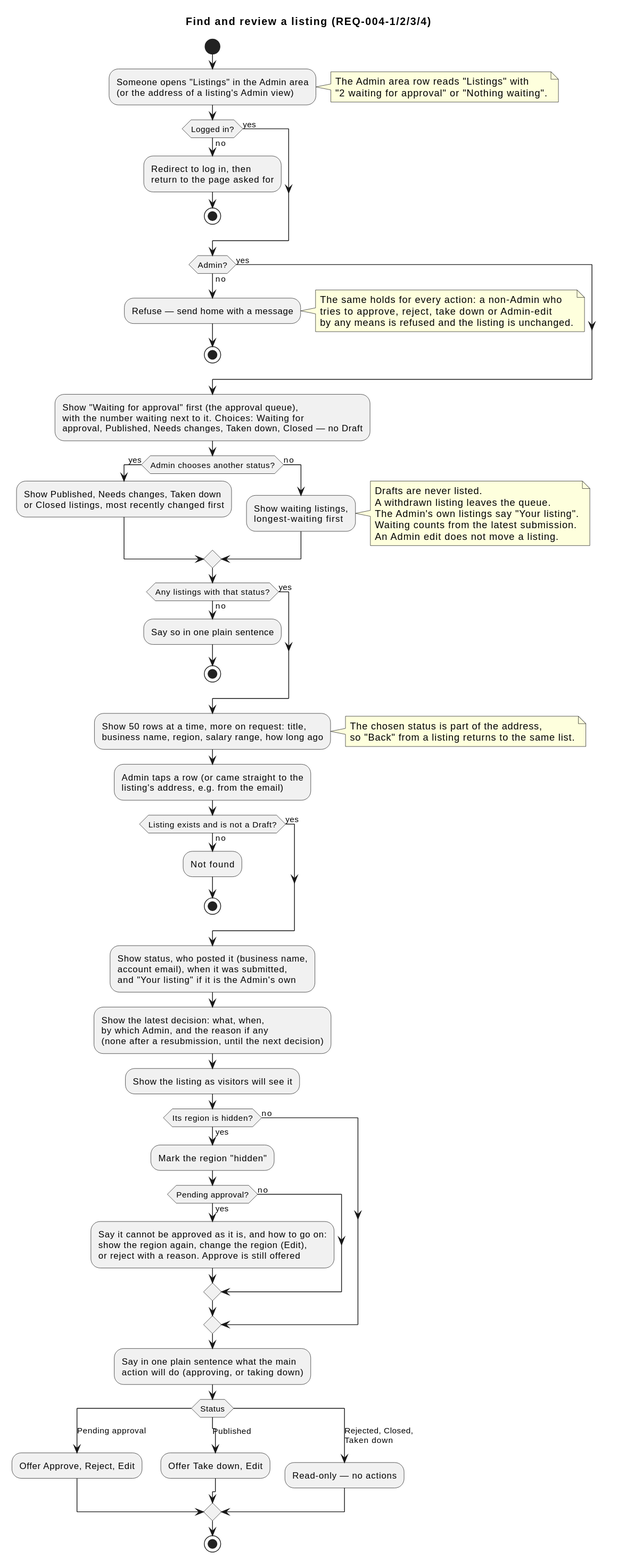
Before: docs/specs/004-listings-admin-moderation/diagrams/activity-find-and-review.svg, a diagram exported from PlantUML (raseniero/jairojobs-elixir).
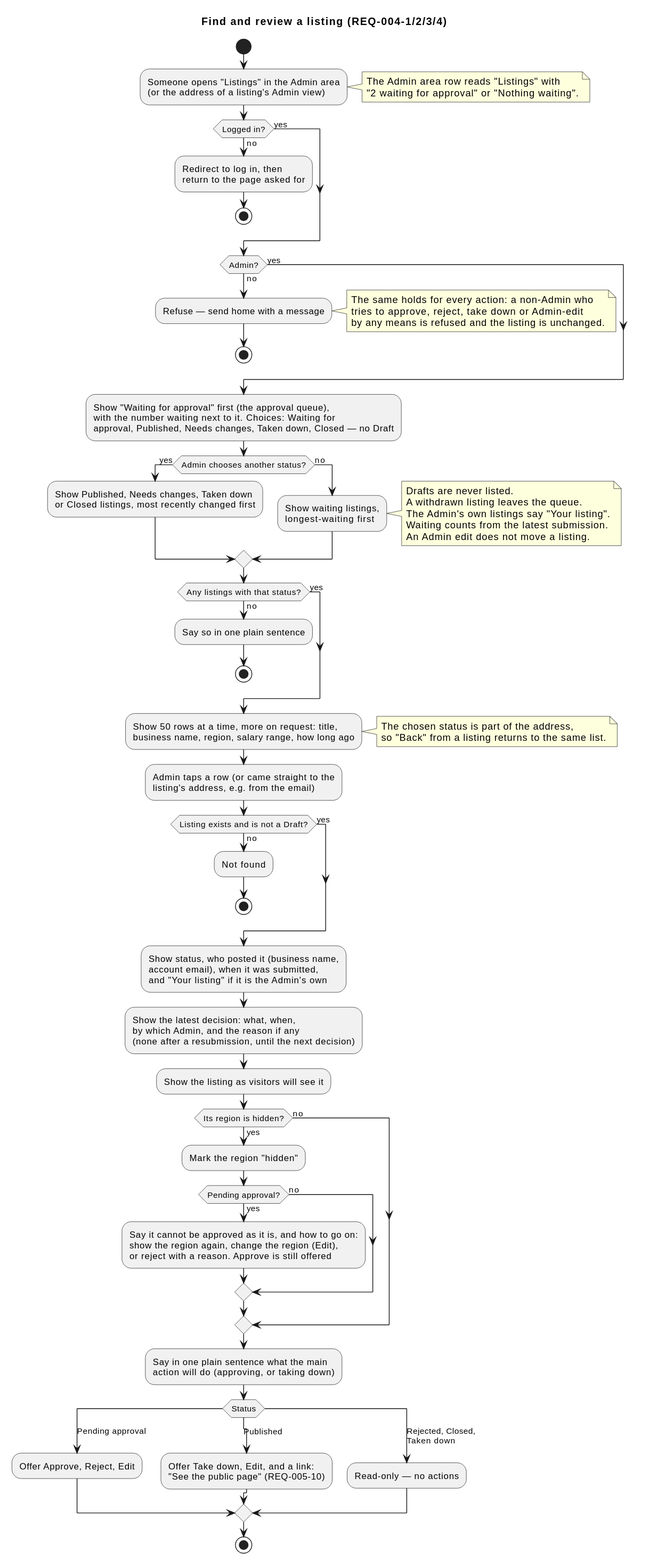
Above is the later version.

Diff of the diagram source:
```diff
@@ -82,7 +82,8 @@
 case (Pending approval)
   :Offer Approve, Reject, Edit;
 case (Published)
-  :Offer Take down, Edit;
+  :Offer Take down, Edit, and a link:
+  "See the public page" (REQ-005-10);
 case (Rejected, Closed,\nTaken down)
   :Read-only — no actions;
 endswitch
```
